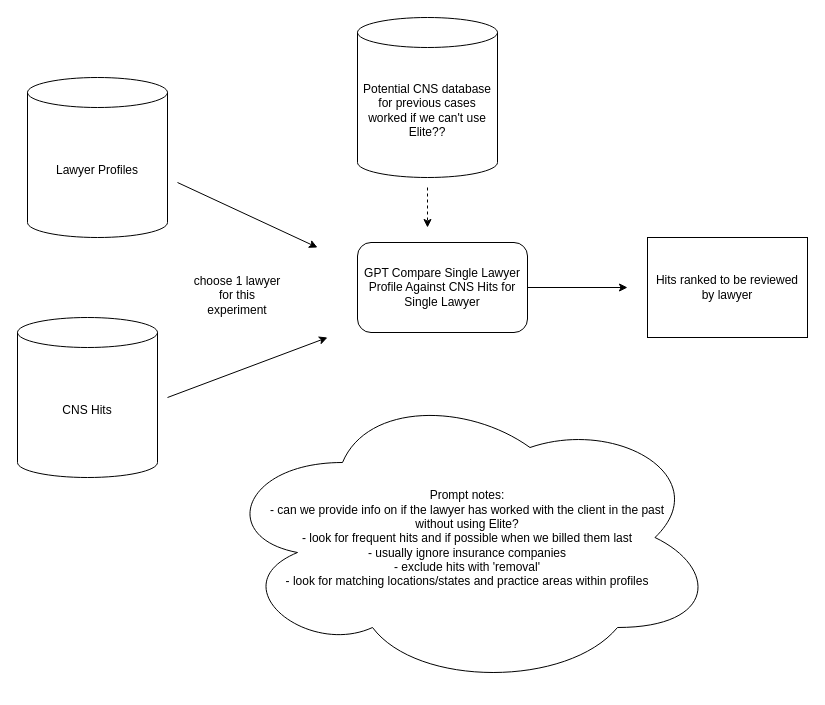
Above: gpt_cns_hits.drawio in sabrina-phelps/sabrina_misc (draw.io), before the change. Source tidied: cells renumbered, new cells numbered last; positions are measured from the earlier drawing's top-left corner, leaving out a move shared by most shapes. Both pictures are drawn from the tidied source at 100%, with x=0, y=0 at pixel (17, 17).
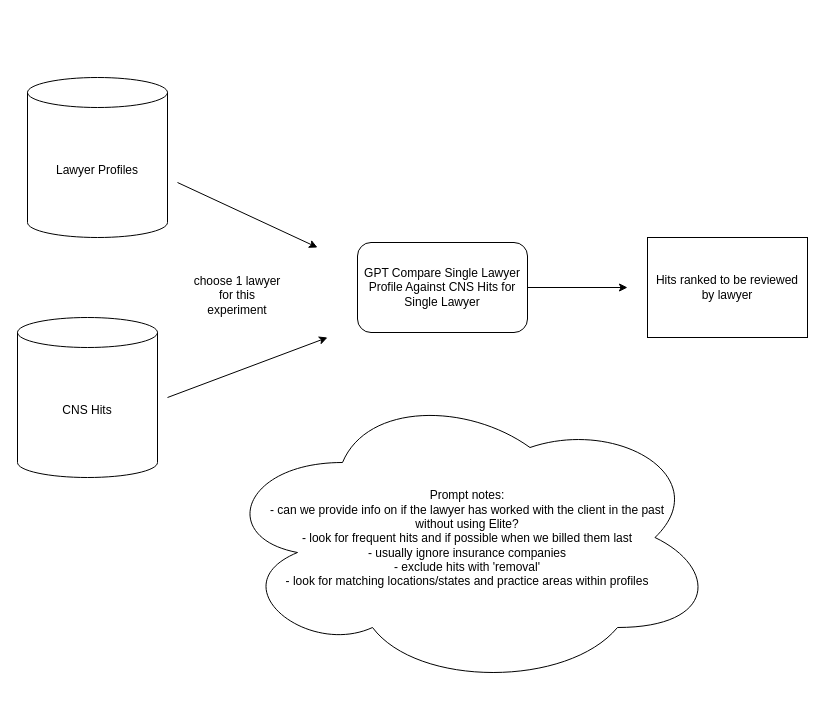
After the change.

Diff of the diagram source:
```diff
@@
 <mxGraphModel>
   <root>
     <mxCell id="0" />
     <mxCell id="1" parent="0" />
     <mxCell id="2" value="Lawyer Profiles" style="shape=cylinder3;whiteSpace=wrap;html=1;boundedLbl=1;backgroundOutline=1;size=15;" parent="1" vertex="1">
       <mxGeometry x="10" y="60" width="140" height="160" as="geometry" />
     </mxCell>
     <mxCell id="3" value="CNS Hits" style="shape=cylinder3;whiteSpace=wrap;html=1;boundedLbl=1;backgroundOutline=1;size=15;" parent="1" vertex="1">
       <mxGeometry y="300" width="140" height="160" as="geometry" />
     </mxCell>
     <mxCell id="4" value="GPT Compare Single Lawyer Profile Against CNS Hits for Single Lawyer" style="rounded=1;whiteSpace=wrap;html=1;" parent="1" vertex="1">
       <mxGeometry x="340" y="225" width="170" height="90" as="geometry" />
     </mxCell>
     <mxCell id="5" value="Hits ranked to be reviewed by lawyer" style="rounded=0;whiteSpace=wrap;html=1;" parent="1" vertex="1">
       <mxGeometry x="630" y="220" width="160" height="100" as="geometry" />
     </mxCell>
     <mxCell id="6" style="endArrow=classic;html=1;rounded=0;" parent="1" edge="1">
       <mxGeometry relative="1" as="geometry">
         <mxPoint x="160" y="165" as="sourcePoint" />
         <mxPoint x="300" y="230" as="targetPoint" />
       </mxGeometry>
     </mxCell>
     <mxCell id="7" style="endArrow=classic;html=1;rounded=0;" parent="1" edge="1">
       <mxGeometry relative="1" as="geometry">
         <mxPoint x="150" y="380" as="sourcePoint" />
         <mxPoint x="310" y="320" as="targetPoint" />
       </mxGeometry>
     </mxCell>
     <mxCell id="8" value="Prompt notes:&lt;div&gt;- can we provide info on if the lawyer has worked with the client in the past without using Elite?&lt;/div&gt;&lt;div&gt;- look for frequent hits and if possible when we billed them last&lt;/div&gt;&lt;div&gt;- usually ignore insurance companies&lt;/div&gt;&lt;div&gt;- exclude hits with 'removal'&lt;/div&gt;&lt;div&gt;- look for matching locations/states and practice areas within profiles&lt;/div&gt;" style="ellipse;shape=cloud;whiteSpace=wrap;html=1;spacing=2;spacingTop=2;spacingLeft=43;spacingRight=43;" parent="1" vertex="1">
       <mxGeometry x="200" y="370" width="500" height="300" as="geometry" />
     </mxCell>
     <mxCell id="9" style="endArrow=classic;html=1;rounded=0;" parent="1" edge="1">
       <mxGeometry relative="1" as="geometry">
         <mxPoint x="510" y="270" as="sourcePoint" />
         <mxPoint x="610" y="270" as="targetPoint" />
       </mxGeometry>
     </mxCell>
-    <mxCell id="10" value="Potential CNS database for previous cases worked if we can't use Elite??" style="shape=cylinder3;whiteSpace=wrap;html=1;boundedLbl=1;backgroundOutline=1;size=15;" parent="1" vertex="1">
-      <mxGeometry x="340" width="140" height="160" as="geometry" />
-    </mxCell>
-    <mxCell id="11" style="endArrow=classic;html=1;rounded=0;dashed=1;" parent="1" edge="1">
-      <mxGeometry relative="1" as="geometry">
-        <mxPoint x="410" y="170" as="sourcePoint" />
-        <mxPoint x="410" y="210" as="targetPoint" />
-      </mxGeometry>
-    </mxCell>
     <mxCell id="12" value="choose 1 lawyer for this experiment" style="text;html=1;align=center;verticalAlign=middle;whiteSpace=wrap;rounded=0;" parent="1" vertex="1">
       <mxGeometry x="170" y="255" width="100" height="45" as="geometry" />
     </mxCell>
   </root>
 </mxGraphModel>
```
